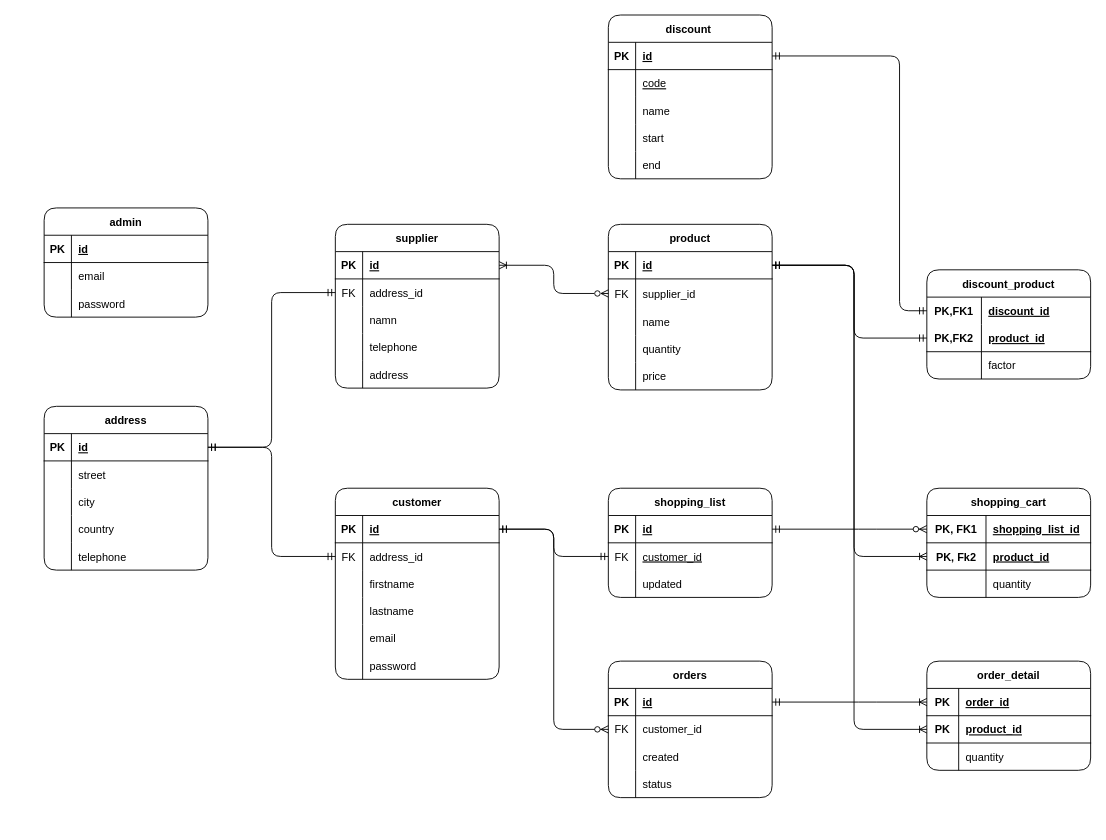
Earlier version of the draw.io diagram project/res/online_store.drawio (mnerv/log_horizon_scrub). Source tidied: cells renumbered, new cells numbered last; positions are measured from the earlier drawing's top-left corner, leaving out a move shared by most shapes. Both pictures are drawn from the tidied source at 91%, with x=0, y=0 at pixel (44, 15).
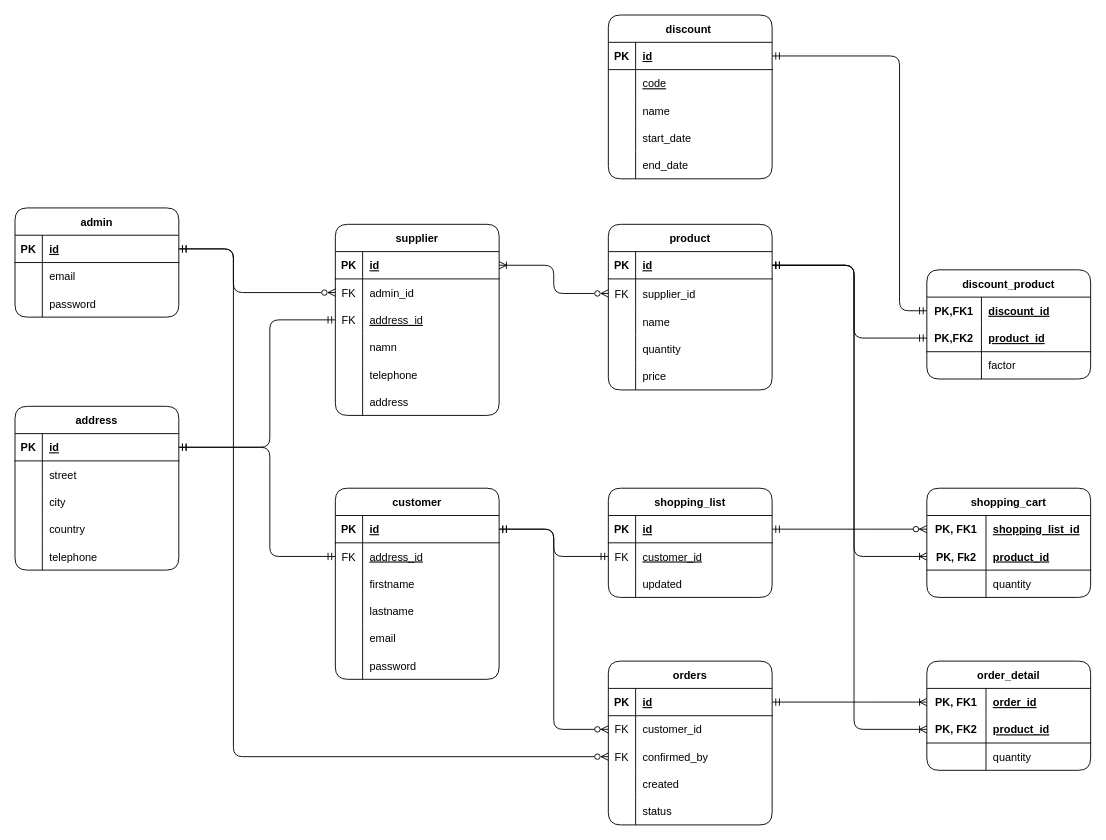
Above is the later version.

Unchanged cells that the change refers to:
```xml
<mxCell id="6" style="shape=tableRow;horizontal=0;startSize=0;swimlaneHead=0;swimlaneBody=0;fillColor=none;points=[[0,0.5],[1,0.5]];portConstraint=eastwest;top=0;left=0;right=0;bottom=0;" parent="2" vertex="1">
  <mxGeometry y="60" width="180" height="30" as="geometry" />
</mxCell>
<mxCell id="31" value="shopping_cart" style="shape=table;startSize=30;childLayout=tableLayout;rowLines=0;fontStyle=1;align=center;rounded=1;" parent="1" vertex="1">
  <mxGeometry x="970" y="520" width="180" height="120" as="geometry" />
</mxCell>
<mxCell id="56" value="order_detail" style="shape=table;startSize=30;childLayout=tableLayout;rowLines=0;fontStyle=1;align=center;rounded=1;" parent="1" vertex="1">
  <mxGeometry x="970" y="710" width="180" height="120" as="geometry" />
</mxCell>
<mxCell id="60" style="shape=tableRow;horizontal=0;startSize=0;swimlaneHead=0;swimlaneBody=0;fillColor=none;points=[[0,0.5],[1,0.5]];portConstraint=eastwest;top=0;left=0;right=0;bottom=1;" parent="56" vertex="1">
  <mxGeometry y="60" width="180" height="30" as="geometry" />
</mxCell>
<mxCell id="63" style="shape=tableRow;horizontal=0;startSize=0;swimlaneHead=0;swimlaneBody=0;fillColor=none;top=0;left=0;right=0;bottom=0;" parent="56" vertex="1">
  <mxGeometry y="90" width="180" height="30" as="geometry" />
</mxCell>
<mxCell id="104" style="shape=tableRow;horizontal=0;startSize=0;swimlaneHead=0;swimlaneBody=0;fillColor=none;points=[[0,0.5],[1,0.5]];portConstraint=eastwest;top=0;left=0;right=0;bottom=1;" parent="103" vertex="1">
  <mxGeometry y="30" width="180" height="30" as="geometry" />
</mxCell>
<mxCell id="122" style="shape=tableRow;horizontal=0;startSize=0;swimlaneHead=0;swimlaneBody=0;fillColor=none;points=[[0,0.5],[1,0.5]];portConstraint=eastwest;top=0;left=0;right=0;bottom=1;" parent="121" vertex="1">
  <mxGeometry y="30" width="180" height="30" as="geometry" />
</mxCell>
<mxCell id="141" style="shape=tableRow;horizontal=0;startSize=0;swimlaneHead=0;swimlaneBody=0;fillColor=none;top=0;left=0;right=0;bottom=0;" parent="131" vertex="1">
  <mxGeometry y="120" width="180" height="30" as="geometry" />
</mxCell>
<mxCell id="144" style="shape=tableRow;horizontal=0;startSize=0;swimlaneHead=0;swimlaneBody=0;fillColor=none;top=0;left=0;right=0;bottom=0;" parent="131" vertex="1">
  <mxGeometry y="150" width="180" height="30" as="geometry" />
</mxCell>
```

What changed in the source:
```diff
@@
-    <mxCell id="8" value="address_id" style="shape=partialRectangle;fillColor=none;top=0;left=0;bottom=0;right=0;align=left;spacingLeft=6;overflow=hidden;" parent="6" vertex="1">
+    <mxCell id="8" value="address_id" style="shape=partialRectangle;fillColor=none;top=0;left=0;bottom=0;right=0;align=left;spacingLeft=6;overflow=hidden;fontStyle=4;" parent="6" vertex="1">
       <mxGeometry x="30" width="150" height="30" as="geometry" />
     </mxCell>
@@
-    <mxCell id="32" style="shape=tableRow;horizontal=0;startSize=0;swimlaneHead=0;swimlaneBody=0;fillColor=none;points=[[0,0.5],[1,0.5]];portConstraint=eastwest;top=0;left=0;right=0;bottom=1;" parent="31" vertex="1">
+    <mxCell id="32" style="shape=tableRow;horizontal=0;startSize=0;swimlaneHead=0;swimlaneBody=0;fillColor=none;points=[[0,0.5],[1,0.5]];portConstraint=eastwest;top=0;left=0;right=0;bottom=1;strokeColor=none;" parent="31" vertex="1">
       <mxGeometry y="30" width="180" height="30" as="geometry" />
     </mxCell>
@@
     <mxCell id="43" value="orders" style="shape=table;startSize=30;childLayout=tableLayout;rowLines=0;fontStyle=1;align=center;rounded=1;" parent="1" vertex="1">
-      <mxGeometry x="620" y="710" width="180" height="150" as="geometry" />
+      <mxGeometry x="620" y="710" width="180" height="180" as="geometry" />
     </mxCell>
@@
+    <mxCell id="159" style="shape=tableRow;horizontal=0;startSize=0;swimlaneHead=0;swimlaneBody=0;fillColor=none;points=[[0,0.5],[1,0.5]];portConstraint=eastwest;top=0;left=0;right=0;bottom=0;" parent="43" vertex="1">
+      <mxGeometry y="90" width="180" height="30" as="geometry" />
+    </mxCell>
+    <mxCell id="160" value="FK" style="shape=partialRectangle;fillColor=none;top=0;left=0;bottom=0;right=0;fontStyle=0;overflow=hidden;" parent="159" vertex="1">
+      <mxGeometry width="30" height="30" as="geometry" />
+    </mxCell>
+    <mxCell id="161" value="confirmed_by" style="shape=partialRectangle;fillColor=none;top=0;left=0;bottom=0;right=0;align=left;spacingLeft=6;fontStyle=0;overflow=hidden;" parent="159" vertex="1">
+      <mxGeometry x="30" width="150" height="30" as="geometry" />
+    </mxCell>
     <mxCell id="50" style="shape=tableRow;horizontal=0;startSize=0;swimlaneHead=0;swimlaneBody=0;fillColor=none;top=0;left=0;right=0;bottom=0;" parent="43" vertex="1">
-      <mxGeometry y="90" width="180" height="30" as="geometry" />
+      <mxGeometry y="120" width="180" height="30" as="geometry" />
     </mxCell>
@@
     <mxCell id="53" style="shape=tableRow;horizontal=0;startSize=0;swimlaneHead=0;swimlaneBody=0;fillColor=none;top=0;left=0;right=0;bottom=0;" parent="43" vertex="1">
-      <mxGeometry y="120" width="180" height="30" as="geometry" />
+      <mxGeometry y="150" width="180" height="30" as="geometry" />
     </mxCell>
@@
-    <mxCell id="57" style="shape=tableRow;horizontal=0;startSize=0;swimlaneHead=0;swimlaneBody=0;fillColor=none;points=[[0,0.5],[1,0.5]];portConstraint=eastwest;top=0;left=0;right=0;bottom=1;" parent="56" vertex="1">
+    <mxCell id="57" style="shape=tableRow;horizontal=0;startSize=0;swimlaneHead=0;swimlaneBody=0;fillColor=none;points=[[0,0.5],[1,0.5]];portConstraint=eastwest;top=0;left=0;right=0;bottom=1;strokeColor=none;" parent="56" vertex="1">
       <mxGeometry y="30" width="180" height="30" as="geometry" />
     </mxCell>
-    <mxCell id="58" value="PK" style="shape=partialRectangle;fillColor=none;top=0;left=0;bottom=0;right=0;fontStyle=1;overflow=hidden;" parent="57" vertex="1">
-      <mxGeometry width="35" height="30" as="geometry" />
+    <mxCell id="58" value="PK, FK1" style="shape=partialRectangle;fillColor=none;top=0;left=0;bottom=0;right=0;fontStyle=1;overflow=hidden;" parent="57" vertex="1">
+      <mxGeometry width="65" height="30" as="geometry" />
     </mxCell>
     <mxCell id="59" value="order_id" style="shape=partialRectangle;fillColor=none;top=0;left=0;bottom=0;right=0;align=left;spacingLeft=6;fontStyle=5;overflow=hidden;" parent="57" vertex="1">
-      <mxGeometry x="35" width="145" height="30" as="geometry" />
+      <mxGeometry x="65" width="115" height="30" as="geometry" />
     </mxCell>
@@
-    <mxCell id="61" value="PK" style="shape=partialRectangle;fillColor=none;top=0;left=0;bottom=0;right=0;fontStyle=1;overflow=hidden;" parent="60" vertex="1">
-      <mxGeometry width="35" height="30" as="geometry" />
+    <mxCell id="61" value="PK, FK2" style="shape=partialRectangle;fillColor=none;top=0;left=0;bottom=0;right=0;fontStyle=1;overflow=hidden;" parent="60" vertex="1">
+      <mxGeometry width="65" height="30" as="geometry" />
     </mxCell>
     <mxCell id="62" value="product_id" style="shape=partialRectangle;fillColor=none;top=0;left=0;bottom=0;right=0;align=left;spacingLeft=6;fontStyle=5;overflow=hidden;" parent="60" vertex="1">
-      <mxGeometry x="35" width="145" height="30" as="geometry" />
+      <mxGeometry x="65" width="115" height="30" as="geometry" />
     </mxCell>
@@
     <mxCell id="64" style="shape=partialRectangle;fillColor=none;top=0;left=0;bottom=0;right=0;overflow=hidden;" parent="63" vertex="1">
-      <mxGeometry width="35" height="30" as="geometry" />
+      <mxGeometry width="65" height="30" as="geometry" />
     </mxCell>
     <mxCell id="65" value="quantity" style="shape=partialRectangle;fillColor=none;top=0;left=0;bottom=0;right=0;align=left;spacingLeft=6;overflow=hidden;" parent="63" vertex="1">
-      <mxGeometry x="35" width="145" height="30" as="geometry" />
+      <mxGeometry x="65" width="115" height="30" as="geometry" />
     </mxCell>
@@
     <mxCell id="86" value="supplier" style="shape=table;startSize=30;childLayout=tableLayout;rowLines=0;fontStyle=1;align=center;rounded=1;" parent="1" vertex="1">
-      <mxGeometry x="320" y="230" width="180" height="180" as="geometry" />
+      <mxGeometry x="320" y="230" width="180" height="210" as="geometry" />
     </mxCell>
@@
+    <mxCell id="162" style="shape=tableRow;horizontal=0;startSize=0;swimlaneHead=0;swimlaneBody=0;fillColor=none;points=[[0,0.5],[1,0.5]];portConstraint=eastwest;top=0;left=0;right=0;bottom=0;" parent="86" vertex="1">
+      <mxGeometry y="60" width="180" height="30" as="geometry" />
+    </mxCell>
+    <mxCell id="163" value="FK" style="shape=partialRectangle;fillColor=none;top=0;left=0;bottom=0;right=0;fontStyle=0;overflow=hidden;" parent="162" vertex="1">
+      <mxGeometry width="30" height="30" as="geometry" />
+    </mxCell>
+    <mxCell id="164" value="admin_id" style="shape=partialRectangle;fillColor=none;top=0;left=0;bottom=0;right=0;align=left;spacingLeft=6;fontStyle=0;overflow=hidden;" parent="162" vertex="1">
+      <mxGeometry x="30" width="150" height="30" as="geometry" />
+    </mxCell>
     <mxCell id="90" style="shape=tableRow;horizontal=0;startSize=0;swimlaneHead=0;swimlaneBody=0;fillColor=none;points=[[0,0.5],[1,0.5]];portConstraint=eastwest;top=0;left=0;right=0;bottom=0;" parent="86" vertex="1">
-      <mxGeometry y="60" width="180" height="30" as="geometry" />
+      <mxGeometry y="90" width="180" height="30" as="geometry" />
     </mxCell>
@@
-    <mxCell id="92" value="address_id" style="shape=partialRectangle;fillColor=none;top=0;left=0;bottom=0;right=0;align=left;spacingLeft=6;fontStyle=0;overflow=hidden;" parent="90" vertex="1">
+    <mxCell id="92" value="address_id" style="shape=partialRectangle;fillColor=none;top=0;left=0;bottom=0;right=0;align=left;spacingLeft=6;fontStyle=4;overflow=hidden;" parent="90" vertex="1">
       <mxGeometry x="30" width="150" height="30" as="geometry" />
     </mxCell>
     <mxCell id="93" style="shape=tableRow;horizontal=0;startSize=0;swimlaneHead=0;swimlaneBody=0;fillColor=none;top=0;left=0;right=0;bottom=0;" parent="86" vertex="1">
-      <mxGeometry y="90" width="180" height="30" as="geometry" />
+      <mxGeometry y="120" width="180" height="30" as="geometry" />
     </mxCell>
@@
     <mxCell id="96" style="shape=tableRow;horizontal=0;startSize=0;swimlaneHead=0;swimlaneBody=0;fillColor=none;top=0;left=0;right=0;bottom=0;" parent="86" vertex="1">
-      <mxGeometry y="120" width="180" height="30" as="geometry" />
+      <mxGeometry y="150" width="180" height="30" as="geometry" />
     </mxCell>
@@
     <mxCell id="99" style="shape=tableRow;horizontal=0;startSize=0;swimlaneHead=0;swimlaneBody=0;fillColor=none;top=0;left=0;right=0;bottom=0;" parent="86" vertex="1">
-      <mxGeometry y="150" width="180" height="30" as="geometry" />
+      <mxGeometry y="180" width="180" height="30" as="geometry" />
     </mxCell>
@@
     <mxCell id="103" value="address" style="shape=table;startSize=30;childLayout=tableLayout;rowLines=0;fontStyle=1;align=center;rounded=1;" parent="1" vertex="1">
-      <mxGeometry y="430" width="180" height="180" as="geometry" />
+      <mxGeometry x="-32" y="430" width="180" height="180" as="geometry" />
     </mxCell>
@@
     <mxCell id="119" style="edgeStyle=orthogonalEdgeStyle;rounded=1;jettySize=auto;html=1;exitX=0;exitY=0.5;exitDx=0;exitDy=0;entryX=1;entryY=0.5;entryDx=0;entryDy=0;startArrow=ERmandOne;startFill=0;endArrow=ERmandOne;endFill=0;" parent="1" edge="1" source="6" target="104">
-      <mxGeometry relative="1" as="geometry" />
+      <mxGeometry relative="1" as="geometry">
+        <Array as="points">
+          <mxPoint x="248" y="595" />
+          <mxPoint x="248" y="475" />
+        </Array>
+      </mxGeometry>
     </mxCell>
     <mxCell id="120" style="edgeStyle=orthogonalEdgeStyle;rounded=1;jettySize=auto;html=1;exitX=0;exitY=0.5;exitDx=0;exitDy=0;entryX=1;entryY=0.5;entryDx=0;entryDy=0;startArrow=ERmandOne;startFill=0;endArrow=ERmandOne;endFill=0;" parent="1" edge="1" source="90" target="104">
-      <mxGeometry relative="1" as="geometry" />
+      <mxGeometry relative="1" as="geometry">
+        <Array as="points">
+          <mxPoint x="248" y="335" />
+          <mxPoint x="248" y="475" />
+        </Array>
+      </mxGeometry>
     </mxCell>
     <mxCell id="121" value="admin" style="shape=table;startSize=30;childLayout=tableLayout;rowLines=0;fontStyle=1;align=center;rounded=1;" parent="1" vertex="1">
-      <mxGeometry y="212" width="180" height="120" as="geometry" />
+      <mxGeometry x="-32" y="212" width="180" height="120" as="geometry" />
     </mxCell>
@@
-    <mxCell id="143" value="start" style="shape=partialRectangle;fillColor=none;top=0;left=0;bottom=0;right=0;align=left;spacingLeft=6;overflow=hidden;" parent="141" vertex="1">
+    <mxCell id="143" value="start_date" style="shape=partialRectangle;fillColor=none;top=0;left=0;bottom=0;right=0;align=left;spacingLeft=6;overflow=hidden;" parent="141" vertex="1">
       <mxGeometry x="30" width="150" height="30" as="geometry" />
     </mxCell>
@@
-    <mxCell id="146" value="end" style="shape=partialRectangle;fillColor=none;top=0;left=0;bottom=0;right=0;align=left;spacingLeft=6;overflow=hidden;" parent="144" vertex="1">
+    <mxCell id="146" value="end_date" style="shape=partialRectangle;fillColor=none;top=0;left=0;bottom=0;right=0;align=left;spacingLeft=6;overflow=hidden;" parent="144" vertex="1">
       <mxGeometry x="30" width="150" height="30" as="geometry" />
     </mxCell>
@@
+    <mxCell id="165" style="edgeStyle=orthogonalEdgeStyle;rounded=1;jettySize=auto;html=1;exitX=0;exitY=0.5;exitDx=0;exitDy=0;entryX=1;entryY=0.5;entryDx=0;entryDy=0;startArrow=ERzeroToMany;startFill=0;endArrow=ERmandOne;endFill=0;" parent="1" edge="1" source="159" target="122">
+      <mxGeometry relative="1" as="geometry">
+        <Array as="points">
+          <mxPoint x="208" y="815" />
+          <mxPoint x="208" y="257" />
+        </Array>
+      </mxGeometry>
+    </mxCell>
+    <mxCell id="166" style="edgeStyle=orthogonalEdgeStyle;rounded=1;jettySize=auto;html=1;entryX=0;entryY=0.5;entryDx=0;entryDy=0;endArrow=ERzeroToMany;endFill=0;startArrow=ERmandOne;startFill=0;" parent="1" edge="1" source="122" target="162">
+      <mxGeometry relative="1" as="geometry">
+        <Array as="points">
+          <mxPoint x="208" y="257" />
+          <mxPoint x="208" y="305" />
+        </Array>
+      </mxGeometry>
+    </mxCell>
```
